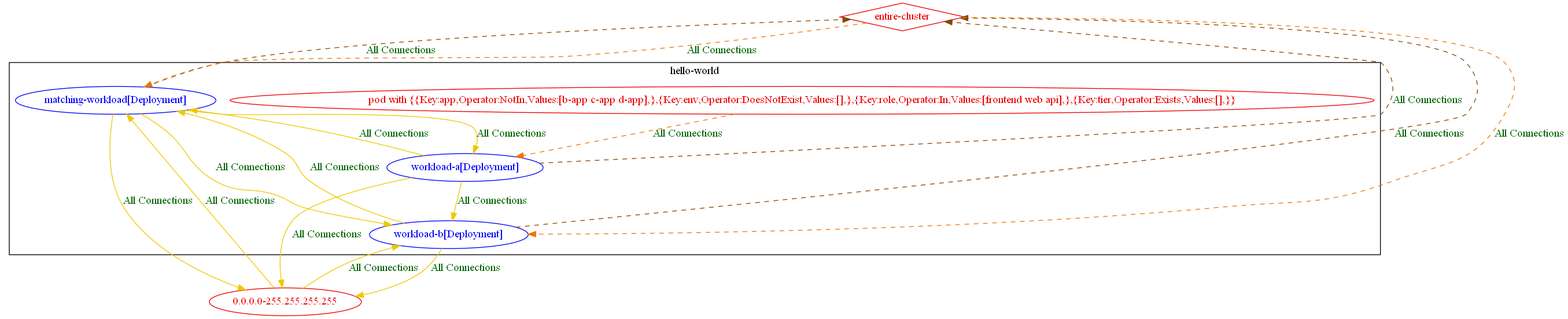
The Graphviz diagram test_outputs/connlist/exposure_test_rule_with_multiple_match_expressions_with_matching_pod_exposure_output.dot.png in np-guard/netpol-analyzer, before a commit. Its source is kept beside it as test_outputs/connlist/exposure_test_rule_with_multiple_match_expressions_with_matching_pod_exposure_output.dot.
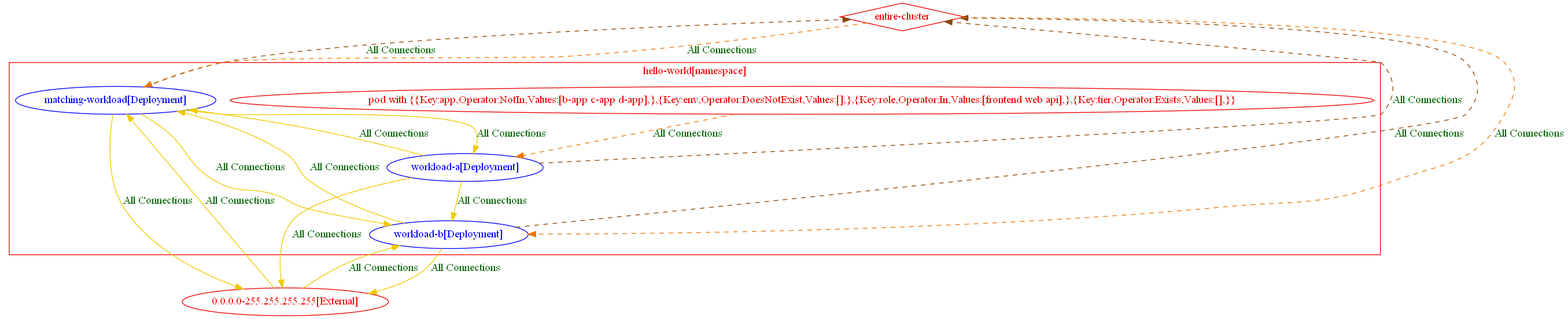
After the change.

Change to the diagram source:
```diff
@@ -1,28 +1,33 @@
 digraph {
-	subgraph "cluster_hello_world" {
+	subgraph "cluster_hello_world[namespace]" {
 		color="black"
 		fontcolor="black"
 		"hello-world/matching-workload[Deployment]" [label="matching-workload[Deployment]" color="blue" fontcolor="blue"]
 		"hello-world/workload-a[Deployment]" [label="workload-a[Deployment]" color="blue" fontcolor="blue"]
 		"hello-world/workload-b[Deployment]" [label="workload-b[Deployment]" color="blue" fontcolor="blue"]
+		label="hello-world[namespace]"
+	}
+	subgraph "cluster_hello_world[namespace]" {
+		color="red2"
+		fontcolor="red2"
 		"pod with {{Key:app,Operator:NotIn,Values:[b-app c-app d-app],},{Key:env,Operator:DoesNotExist,Values:[],},{Key:role,Operator:In,Values:[frontend web api],},{Key:tier,Operator:Exists,Values:[],}}_in_hello-world" [label="pod with {{Key:app,Operator:NotIn,Values:[b-app c-app d-app],},{Key:env,Operator:DoesNotExist,Values:[],},{Key:role,Operator:In,Values:[frontend web api],},{Key:tier,Operator:Exists,Values:[],}}" color="red2" fontcolor="red2"]
-		label="hello-world"
+		label="hello-world[namespace]"
 	}
-	"0.0.0.0-255.255.255.255" [label="0.0.0.0-255.255.255.255" color="red2" fontcolor="red2"]
+	"0.0.0.0-255.255.255.255[External]" [label="0.0.0.0-255.255.255.255[External]" color="red2" fontcolor="red2"]
 	"entire-cluster" [label="entire-cluster" color="red2" fontcolor="red2" shape=diamond]
-	"0.0.0.0-255.255.255.255" -> "hello-world/matching-workload[Deployment]" [label="All Connections" color="gold2" fontcolor="darkgreen" weight=0.5]
-	"0.0.0.0-255.255.255.255" -> "hello-world/workload-b[Deployment]" [label="All Connections" color="gold2" fontcolor="darkgreen" weight=0.5]
+	"0.0.0.0-255.255.255.255[External]" -> "hello-world/matching-workload[Deployment]" [label="All Connections" color="gold2" fontcolor="darkgreen" weight=0.5]
+	"0.0.0.0-255.255.255.255[External]" -> "hello-world/workload-b[Deployment]" [label="All Connections" color="gold2" fontcolor="darkgreen" weight=0.5]
 	"entire-cluster" -> "hello-world/matching-workload[Deployment]" [label="All Connections" color="darkorange2" fontcolor="darkgreen" weight=1 style=dashed]
 	"entire-cluster" -> "hello-world/workload-b[Deployment]" [label="All Connections" color="darkorange2" fontcolor="darkgreen" weight=1 style=dashed]
-	"hello-world/matching-workload[Deployment]" -> "0.0.0.0-255.255.255.255" [label="All Connections" color="gold2" fontcolor="darkgreen" weight=1]
+	"hello-world/matching-workload[Deployment]" -> "0.0.0.0-255.255.255.255[External]" [label="All Connections" color="gold2" fontcolor="darkgreen" weight=1]
 	"hello-world/matching-workload[Deployment]" -> "entire-cluster" [label="All Connections" color="darkorange4" fontcolor="darkgreen" weight=0.5 style=dashed]
 	"hello-world/matching-workload[Deployment]" -> "hello-world/workload-a[Deployment]" [label="All Connections" color="gold2" fontcolor="darkgreen" weight=0.5]
 	"hello-world/matching-workload[Deployment]" -> "hello-world/workload-b[Deployment]" [label="All Connections" color="gold2" fontcolor="darkgreen" weight=0.5]
-	"hello-world/workload-a[Deployment]" -> "0.0.0.0-255.255.255.255" [label="All Connections" color="gold2" fontcolor="darkgreen" weight=1]
+	"hello-world/workload-a[Deployment]" -> "0.0.0.0-255.255.255.255[External]" [label="All Connections" color="gold2" fontcolor="darkgreen" weight=1]
 	"hello-world/workload-a[Deployment]" -> "entire-cluster" [label="All Connections" color="darkorange4" fontcolor="darkgreen" weight=0.5 style=dashed]
 	"hello-world/workload-a[Deployment]" -> "hello-world/matching-workload[Deployment]" [label="All Connections" color="gold2" fontcolor="darkgreen" weight=1]
 	"hello-world/workload-a[Deployment]" -> "hello-world/workload-b[Deployment]" [label="All Connections" color="gold2" fontcolor="darkgreen" weight=0.5]
-	"hello-world/workload-b[Deployment]" -> "0.0.0.0-255.255.255.255" [label="All Connections" color="gold2" fontcolor="darkgreen" weight=1]
+	"hello-world/workload-b[Deployment]" -> "0.0.0.0-255.255.255.255[External]" [label="All Connections" color="gold2" fontcolor="darkgreen" weight=1]
 	"hello-world/workload-b[Deployment]" -> "entire-cluster" [label="All Connections" color="darkorange4" fontcolor="darkgreen" weight=0.5 style=dashed]
 	"hello-world/workload-b[Deployment]" -> "hello-world/matching-workload[Deployment]" [label="All Connections" color="gold2" fontcolor="darkgreen" weight=1]
 	"pod with {{Key:app,Operator:NotIn,Values:[b-app c-app d-app],},{Key:env,Operator:DoesNotExist,Values:[],},{Key:role,Operator:In,Values:[frontend web api],},{Key:tier,Operator:Exists,Values:[],}}_in_hello-world" -> "hello-world/workload-a[Deployment]" [label="All Connections" color="darkorange2" fontcolor="darkgreen" weight=1 style=dashed]
```
